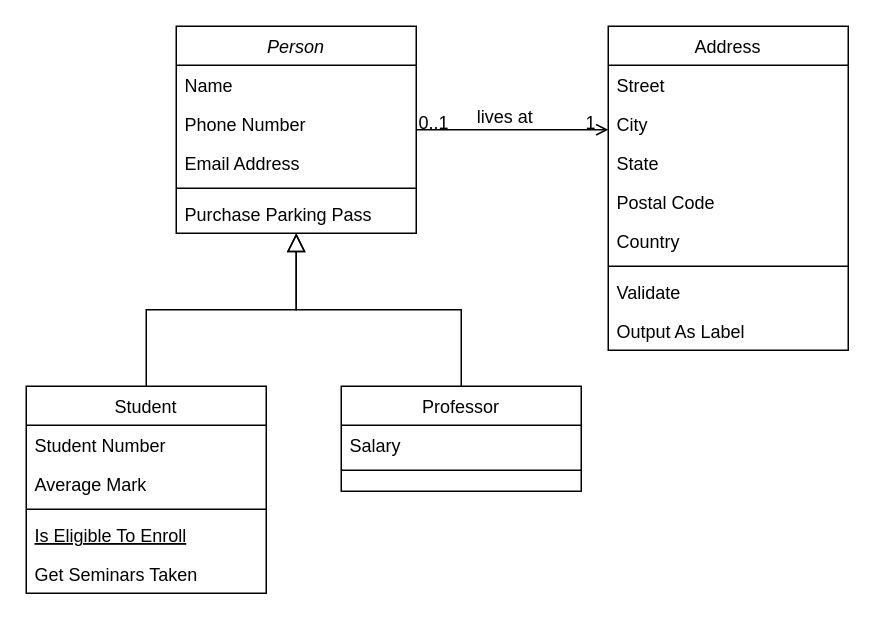
Before: Unimed.drawio in GabrielTJR/RI-UL, a draw.io diagram. Source tidied: cells renumbered, new cells numbered last; positions are measured from the earlier drawing's top-left corner, leaving out a move shared by most shapes. Both pictures are drawn from the tidied source at 150%, with x=0, y=0 at pixel (26, 26).
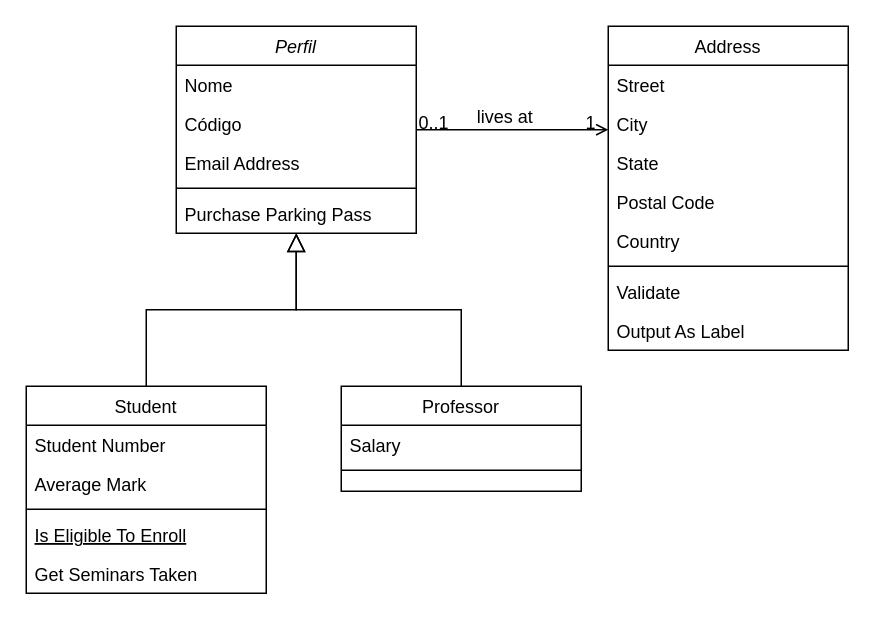
The same diagram, later.

Change to the diagram source:
```diff
@@
-    <mxCell id="2" value="Person" style="swimlane;fontStyle=2;align=center;verticalAlign=top;horizontal=1;startSize=26;rounded=0;shadow=0;strokeWidth=1;" parent="1" vertex="1">
+    <mxCell id="2" value="Perfil" style="swimlane;fontStyle=2;align=center;verticalAlign=top;horizontal=1;startSize=26;rounded=0;shadow=0;strokeWidth=1;" parent="1" vertex="1">
       <mxGeometry x="100" width="160" height="138" as="geometry" />
     </mxCell>
-    <mxCell id="3" value="Name" style="text;align=left;verticalAlign=top;spacingLeft=4;spacingRight=4;overflow=hidden;" parent="2" vertex="1">
+    <mxCell id="3" value="Nome" style="text;align=left;verticalAlign=top;spacingLeft=4;spacingRight=4;overflow=hidden;" parent="2" vertex="1">
       <mxGeometry y="26" width="160" height="26" as="geometry" />
     </mxCell>
-    <mxCell id="4" value="Phone Number" style="text;align=left;verticalAlign=top;spacingLeft=4;spacingRight=4;overflow=hidden;rounded=0;shadow=0;html=0;" parent="2" vertex="1">
+    <mxCell id="4" value="Código" style="text;align=left;verticalAlign=top;spacingLeft=4;spacingRight=4;overflow=hidden;rounded=0;shadow=0;html=0;" parent="2" vertex="1">
       <mxGeometry y="52" width="160" height="26" as="geometry" />
     </mxCell>
```
